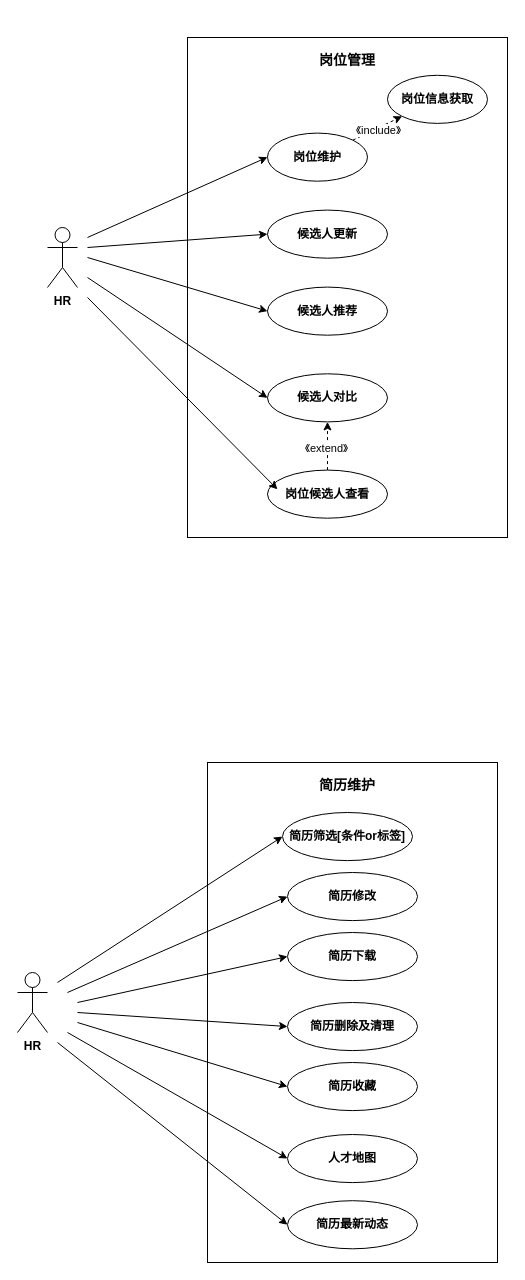
Earlier version of the draw.io diagram page "第 1 页" (1 of 4) of 毕设用例图.drawio (beyondgogogo/Graph). Source tidied: cells renumbered, new cells numbered last; positions are measured from the earlier drawing's top-left corner, leaving out a move shared by most shapes. Both pictures are drawn from the tidied source at 100%, with x=0, y=0 at pixel (17, 17).
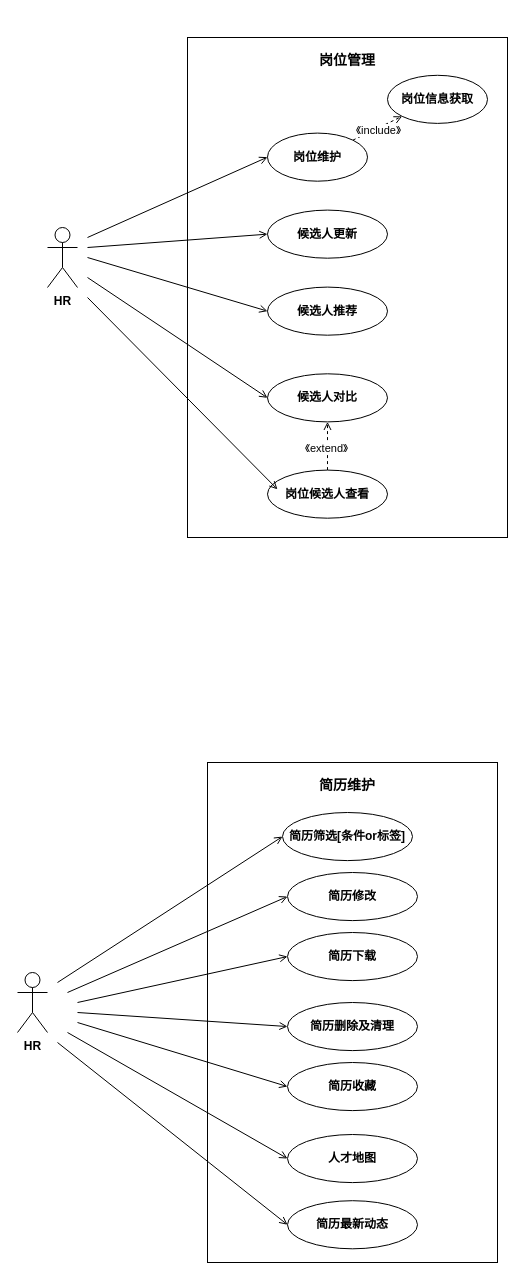
After the change.

Unchanged cells that the change refers to:
```xml
<mxCell id="2" style="group;" parent="1" vertex="1">
  <mxGeometry x="170" y="680" width="320" height="565" as="geometry" />
</mxCell>
<mxCell id="5" value="&lt;b&gt;简历筛选[条件or标签]&lt;/b&gt;" style="ellipse;whiteSpace=wrap;html=1;" parent="2" vertex="1">
  <mxGeometry x="95" y="115" width="130" height="48.1" as="geometry" />
</mxCell>
<mxCell id="6" value="&lt;b&gt;简历修改&lt;/b&gt;" style="ellipse;whiteSpace=wrap;html=1;" parent="2" vertex="1">
  <mxGeometry x="100" y="175" width="130" height="48.1" as="geometry" />
</mxCell>
<mxCell id="7" value="&lt;b&gt;简历下载&lt;/b&gt;" style="ellipse;whiteSpace=wrap;html=1;" parent="2" vertex="1">
  <mxGeometry x="100" y="235" width="130" height="48.1" as="geometry" />
</mxCell>
<mxCell id="8" value="&lt;b&gt;简历删除及清理&lt;/b&gt;" style="ellipse;whiteSpace=wrap;html=1;" parent="2" vertex="1">
  <mxGeometry x="100" y="305" width="130" height="48.1" as="geometry" />
</mxCell>
<mxCell id="9" value="&lt;b&gt;简历收藏&lt;/b&gt;" style="ellipse;whiteSpace=wrap;html=1;" parent="2" vertex="1">
  <mxGeometry x="100" y="365" width="130" height="48.1" as="geometry" />
</mxCell>
<mxCell id="10" value="&lt;b&gt;人才地图&lt;/b&gt;" style="ellipse;whiteSpace=wrap;html=1;" parent="2" vertex="1">
  <mxGeometry x="100" y="437" width="130" height="48.1" as="geometry" />
</mxCell>
<mxCell id="11" value="&lt;b&gt;简历最新动态&lt;/b&gt;" style="ellipse;whiteSpace=wrap;html=1;" parent="2" vertex="1">
  <mxGeometry x="100" y="503.2" width="130" height="48.1" as="geometry" />
</mxCell>
<mxCell id="20" style="group;" parent="1" vertex="1">
  <mxGeometry x="170" width="320" height="520" as="geometry" />
</mxCell>
<mxCell id="25" value="&lt;b&gt;岗位维护&lt;/b&gt;" style="ellipse;whiteSpace=wrap;html=1;" parent="20" vertex="1">
  <mxGeometry x="80" y="115.6" width="100" height="48.1" as="geometry" />
</mxCell>
<mxCell id="26" value="&lt;b&gt;候选人更新&lt;/b&gt;" style="ellipse;whiteSpace=wrap;html=1;" parent="20" vertex="1">
  <mxGeometry x="80" y="192.6" width="120" height="48.1" as="geometry" />
</mxCell>
<mxCell id="27" value="&lt;b&gt;候选人推荐&lt;/b&gt;" style="ellipse;whiteSpace=wrap;html=1;" parent="20" vertex="1">
  <mxGeometry x="80" y="269.6" width="120" height="48.1" as="geometry" />
</mxCell>
<mxCell id="30" value="&lt;b&gt;岗位候选人查看&lt;/b&gt;" style="ellipse;whiteSpace=wrap;html=1;" parent="20" vertex="1">
  <mxGeometry x="80" y="452.6" width="120" height="48.1" as="geometry" />
</mxCell>
<mxCell id="31" value="&lt;b&gt;岗位信息获取&lt;/b&gt;" style="ellipse;whiteSpace=wrap;html=1;" parent="20" vertex="1">
  <mxGeometry x="200" y="57.8" width="100" height="48.1" as="geometry" />
</mxCell>
<mxCell id="32" value="&lt;b&gt;候选人对比&lt;/b&gt;" style="ellipse;whiteSpace=wrap;html=1;" parent="20" vertex="1">
  <mxGeometry x="80" y="356.3" width="120" height="48.1" as="geometry" />
</mxCell>
```

Change to the diagram source:
```diff
@@
-    <mxCell id="12" style="edgeStyle=none;rounded=0;jettySize=auto;html=1;entryX=0;entryY=0.5;entryDx=0;entryDy=0;" parent="2" edge="1" target="6">
+    <mxCell id="12" style="edgeStyle=none;rounded=0;jettySize=auto;html=1;entryX=0;entryY=0.5;entryDx=0;entryDy=0;endArrow=open;endFill=0;" parent="2" edge="1" target="6">
       <mxGeometry relative="1" as="geometry">
         <mxPoint x="-120" y="295" as="sourcePoint" />
       </mxGeometry>
     </mxCell>
-    <mxCell id="13" style="edgeStyle=none;rounded=0;jettySize=auto;html=1;entryX=0;entryY=0.5;entryDx=0;entryDy=0;" parent="2" edge="1" target="7">
+    <mxCell id="13" style="edgeStyle=none;rounded=0;jettySize=auto;html=1;entryX=0;entryY=0.5;entryDx=0;entryDy=0;endArrow=open;endFill=0;" parent="2" edge="1" target="7">
       <mxGeometry relative="1" as="geometry">
         <mxPoint x="-110" y="305" as="sourcePoint" />
       </mxGeometry>
     </mxCell>
-    <mxCell id="14" style="edgeStyle=none;rounded=0;jettySize=auto;html=1;entryX=0;entryY=0.5;entryDx=0;entryDy=0;" parent="2" edge="1" target="8">
+    <mxCell id="14" style="edgeStyle=none;rounded=0;jettySize=auto;html=1;entryX=0;entryY=0.5;entryDx=0;entryDy=0;endArrow=open;endFill=0;" parent="2" edge="1" target="8">
       <mxGeometry relative="1" as="geometry">
         <mxPoint x="-110" y="315" as="sourcePoint" />
       </mxGeometry>
     </mxCell>
-    <mxCell id="15" style="edgeStyle=none;rounded=0;jettySize=auto;html=1;entryX=0;entryY=0.5;entryDx=0;entryDy=0;" parent="2" edge="1" target="9">
+    <mxCell id="15" style="edgeStyle=none;rounded=0;jettySize=auto;html=1;entryX=0;entryY=0.5;entryDx=0;entryDy=0;endArrow=open;endFill=0;" parent="2" edge="1" target="9">
       <mxGeometry relative="1" as="geometry">
         <mxPoint x="-110" y="325" as="sourcePoint" />
       </mxGeometry>
     </mxCell>
-    <mxCell id="16" style="edgeStyle=none;rounded=0;jettySize=auto;html=1;entryX=0;entryY=0.5;entryDx=0;entryDy=0;" parent="2" edge="1" target="10">
+    <mxCell id="16" style="edgeStyle=none;rounded=0;jettySize=auto;html=1;entryX=0;entryY=0.5;entryDx=0;entryDy=0;endArrow=open;endFill=0;" parent="2" edge="1" target="10">
       <mxGeometry relative="1" as="geometry">
         <mxPoint x="-120" y="335" as="sourcePoint" />
       </mxGeometry>
     </mxCell>
-    <mxCell id="17" style="edgeStyle=none;rounded=0;jettySize=auto;html=1;entryX=0;entryY=0.5;entryDx=0;entryDy=0;" parent="2" edge="1" target="11">
+    <mxCell id="17" style="edgeStyle=none;rounded=0;jettySize=auto;html=1;entryX=0;entryY=0.5;entryDx=0;entryDy=0;endArrow=open;endFill=0;" parent="2" edge="1" target="11">
       <mxGeometry relative="1" as="geometry">
         <mxPoint x="-130" y="345" as="sourcePoint" />
       </mxGeometry>
     </mxCell>
@@
-    <mxCell id="19" style="edgeStyle=none;rounded=0;jettySize=auto;html=1;entryX=0;entryY=0.5;entryDx=0;entryDy=0;" parent="2" edge="1" target="5">
+    <mxCell id="19" style="edgeStyle=none;rounded=0;jettySize=auto;html=1;entryX=0;entryY=0.5;entryDx=0;entryDy=0;endArrow=open;endFill=0;" parent="2" edge="1" target="5">
       <mxGeometry relative="1" as="geometry">
         <mxPoint x="-130" y="285" as="sourcePoint" />
       </mxGeometry>
     </mxCell>
@@
-    <mxCell id="23" style="edgeStyle=none;rounded=0;jettySize=auto;html=1;exitX=1;exitY=0;exitDx=0;exitDy=0;entryX=0;entryY=1;entryDx=0;entryDy=0;dashed=1;" parent="20" edge="1" source="25" target="31">
+    <mxCell id="23" style="edgeStyle=none;rounded=0;jettySize=auto;html=1;exitX=1;exitY=0;exitDx=0;exitDy=0;entryX=0;entryY=1;entryDx=0;entryDy=0;dashed=1;endArrow=open;endFill=0;" parent="20" edge="1" source="25" target="31">
       <mxGeometry relative="1" as="geometry" />
     </mxCell>
@@
-    <mxCell id="28" style="edgeStyle=none;rounded=0;jettySize=auto;html=1;exitX=0.5;exitY=0;exitDx=0;exitDy=0;dashed=1;" parent="20" edge="1" source="30" target="32">
+    <mxCell id="28" style="edgeStyle=none;rounded=0;jettySize=auto;html=1;exitX=0.5;exitY=0;exitDx=0;exitDy=0;dashed=1;endArrow=open;endFill=0;" parent="20" edge="1" source="30" target="32">
       <mxGeometry relative="1" as="geometry" />
     </mxCell>
@@
-    <mxCell id="33" style="edgeStyle=none;rounded=0;jettySize=auto;html=1;entryX=0;entryY=0.5;entryDx=0;entryDy=0;" parent="1" edge="1" target="25">
+    <mxCell id="33" style="edgeStyle=none;rounded=0;jettySize=auto;html=1;entryX=0;entryY=0.5;entryDx=0;entryDy=0;endArrow=open;endFill=0;" parent="1" edge="1" target="25">
       <mxGeometry relative="1" as="geometry">
         <mxPoint x="70" y="220" as="sourcePoint" />
       </mxGeometry>
     </mxCell>
-    <mxCell id="34" style="edgeStyle=none;rounded=0;jettySize=auto;html=1;entryX=0;entryY=0.5;entryDx=0;entryDy=0;" parent="1" edge="1" target="26">
+    <mxCell id="34" style="edgeStyle=none;rounded=0;jettySize=auto;html=1;entryX=0;entryY=0.5;entryDx=0;entryDy=0;endArrow=open;endFill=0;" parent="1" edge="1" target="26">
       <mxGeometry relative="1" as="geometry">
         <mxPoint x="70" y="230" as="sourcePoint" />
       </mxGeometry>
     </mxCell>
-    <mxCell id="35" style="edgeStyle=none;rounded=0;jettySize=auto;html=1;entryX=0;entryY=0.5;entryDx=0;entryDy=0;" parent="1" edge="1" target="27">
+    <mxCell id="35" style="edgeStyle=none;rounded=0;jettySize=auto;html=1;entryX=0;entryY=0.5;entryDx=0;entryDy=0;endArrow=open;endFill=0;" parent="1" edge="1" target="27">
       <mxGeometry relative="1" as="geometry">
         <mxPoint x="70" y="240" as="sourcePoint" />
       </mxGeometry>
     </mxCell>
-    <mxCell id="36" style="edgeStyle=none;rounded=0;jettySize=auto;html=1;entryX=0;entryY=0.5;entryDx=0;entryDy=0;" parent="1" edge="1" target="32">
+    <mxCell id="36" style="edgeStyle=none;rounded=0;jettySize=auto;html=1;entryX=0;entryY=0.5;entryDx=0;entryDy=0;endArrow=open;endFill=0;" parent="1" edge="1" target="32">
       <mxGeometry relative="1" as="geometry">
         <mxPoint x="70" y="260" as="sourcePoint" />
       </mxGeometry>
     </mxCell>
@@
-    <mxCell id="38" style="edgeStyle=none;rounded=0;jettySize=auto;html=1;entryX=0.083;entryY=0.4;entryDx=0;entryDy=0;entryPerimeter=0;" parent="1" edge="1" target="30">
+    <mxCell id="38" style="edgeStyle=none;rounded=0;jettySize=auto;html=1;entryX=0.083;entryY=0.4;entryDx=0;entryDy=0;entryPerimeter=0;endArrow=open;endFill=0;" parent="1" edge="1" target="30">
       <mxGeometry relative="1" as="geometry">
         <mxPoint x="70" y="280" as="sourcePoint" />
       </mxGeometry>
     </mxCell>
```
